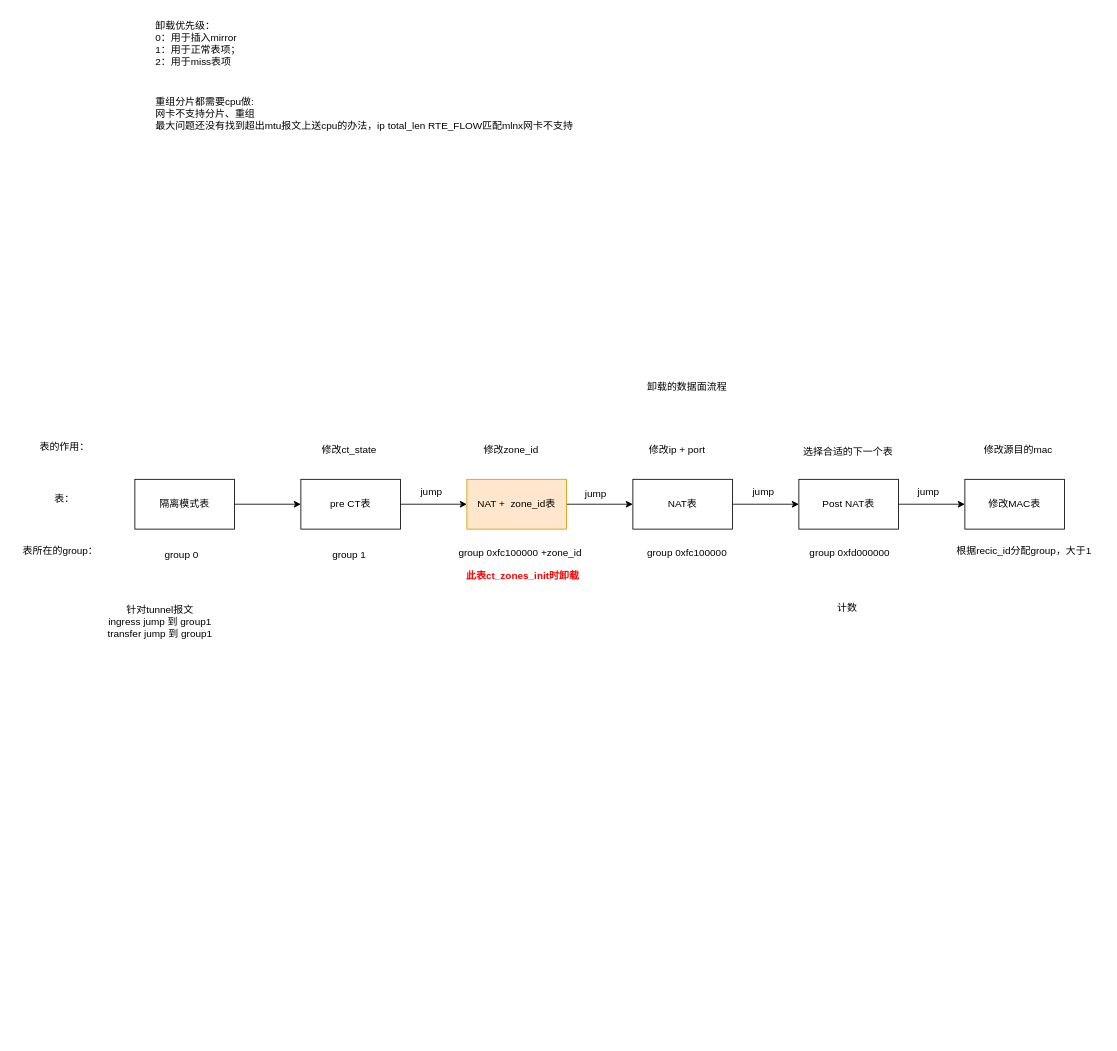
Before: page "OVS DPDK 卡上的数据面" (5 of 6) of dpdk.drawio in imoceanking/drawio, a draw.io diagram. Source tidied: cells renumbered, new cells numbered last; positions are measured from the earlier drawing's top-left corner, leaving out a move shared by most shapes. Both pictures are drawn from the tidied source at 83%, with x=0, y=0 at pixel (14, 14).
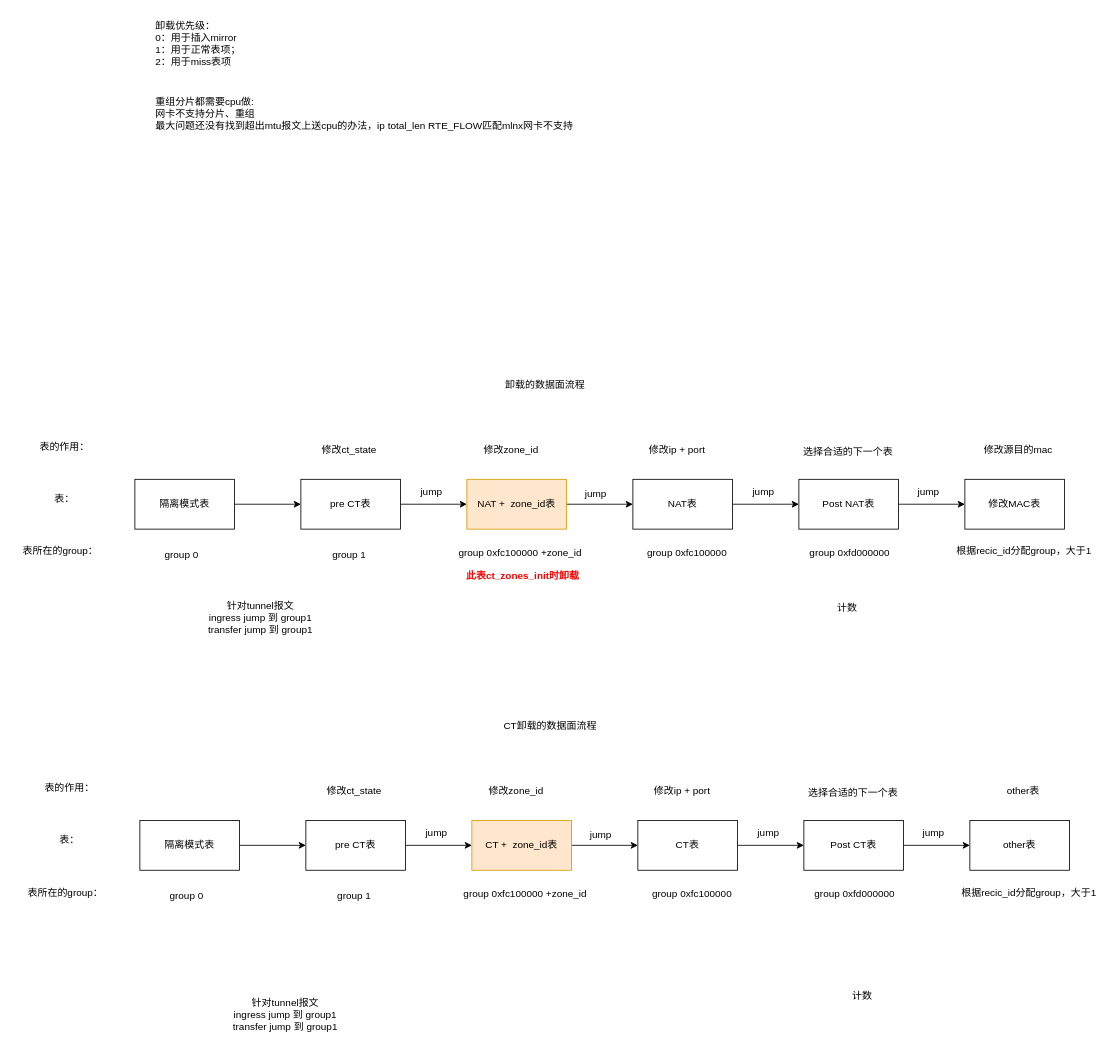
After the change.

What changed in the source:
```diff
@@
     <mxCell id="2" value="卸载的数据面流程" style="text;html=1;strokeColor=none;fillColor=none;align=center;verticalAlign=middle;whiteSpace=wrap;rounded=0;" parent="1" vertex="1">
-      <mxGeometry x="715.5" y="434" width="189" height="30" as="geometry" />
+      <mxGeometry x="545" y="431" width="189" height="30" as="geometry" />
     </mxCell>
@@
     <mxCell id="33" value="针对tunnel报文&lt;br&gt;ingress jump 到 group1&lt;br&gt;transfer jump 到 group1" style="text;html=1;align=center;verticalAlign=middle;strokeColor=none;fillColor=none;" parent="1" vertex="1">
-      <mxGeometry x="103" y="704" width="144" height="55" as="geometry" />
+      <mxGeometry x="224" y="699" width="144" height="55" as="geometry" />
     </mxCell>
@@
+    <mxCell id="37" value="CT卸载的数据面流程" style="text;html=1;strokeColor=none;fillColor=none;align=center;verticalAlign=middle;whiteSpace=wrap;rounded=0;" parent="1" vertex="1">
+      <mxGeometry x="551" y="842" width="189" height="30" as="geometry" />
+    </mxCell>
+    <mxCell id="38" style="edgeStyle=orthogonalEdgeStyle;rounded=0;jettySize=auto;html=1;" parent="1" edge="1" source="40" target="42">
+      <mxGeometry relative="1" as="geometry" />
+    </mxCell>
+    <mxCell id="39" style="edgeStyle=orthogonalEdgeStyle;rounded=0;jettySize=auto;html=1;entryX=0;entryY=0.5;entryDx=0;entryDy=0;exitX=1;exitY=0.5;exitDx=0;exitDy=0;" parent="1" edge="1" source="65" target="40">
+      <mxGeometry relative="1" as="geometry" />
+    </mxCell>
+    <mxCell id="40" value="pre CT表" style="rounded=0;whiteSpace=wrap;html=1;" parent="1" vertex="1">
+      <mxGeometry x="351" y="971" width="120" height="60" as="geometry" />
+    </mxCell>
+    <mxCell id="41" style="edgeStyle=orthogonalEdgeStyle;rounded=0;jettySize=auto;html=1;" parent="1" edge="1" source="42" target="45">
+      <mxGeometry relative="1" as="geometry" />
+    </mxCell>
+    <mxCell id="42" value="CT +&amp;nbsp; zone_id表" style="whiteSpace=wrap;html=1;rounded=0;fillColor=#ffe6cc;strokeColor=#d79b00;" parent="1" vertex="1">
+      <mxGeometry x="551" y="971" width="120" height="60" as="geometry" />
+    </mxCell>
+    <mxCell id="43" value="jump" style="text;html=1;align=center;verticalAlign=middle;strokeColor=none;fillColor=none;" parent="1" vertex="1">
+      <mxGeometry x="486" y="973" width="44" height="26" as="geometry" />
+    </mxCell>
+    <mxCell id="44" style="edgeStyle=orthogonalEdgeStyle;rounded=0;jettySize=auto;html=1;" parent="1" edge="1" source="45" target="48">
+      <mxGeometry relative="1" as="geometry" />
+    </mxCell>
+    <mxCell id="45" value="CT表" style="whiteSpace=wrap;html=1;rounded=0;" parent="1" vertex="1">
+      <mxGeometry x="751" y="971" width="120" height="60" as="geometry" />
+    </mxCell>
+    <mxCell id="46" value="jump" style="text;html=1;align=center;verticalAlign=middle;strokeColor=none;fillColor=none;" parent="1" vertex="1">
+      <mxGeometry x="684" y="976" width="44" height="26" as="geometry" />
+    </mxCell>
+    <mxCell id="47" style="edgeStyle=orthogonalEdgeStyle;rounded=0;jettySize=auto;html=1;" parent="1" edge="1" source="48" target="49">
+      <mxGeometry relative="1" as="geometry" />
+    </mxCell>
+    <mxCell id="48" value="Post CT表" style="whiteSpace=wrap;html=1;rounded=0;" parent="1" vertex="1">
+      <mxGeometry x="951" y="971" width="120" height="60" as="geometry" />
+    </mxCell>
+    <mxCell id="49" value="other表" style="whiteSpace=wrap;html=1;rounded=0;" parent="1" vertex="1">
+      <mxGeometry x="1151" y="971" width="120" height="60" as="geometry" />
+    </mxCell>
+    <mxCell id="50" value="jump" style="text;html=1;align=center;verticalAlign=middle;strokeColor=none;fillColor=none;" parent="1" vertex="1">
+      <mxGeometry x="886" y="973" width="44" height="26" as="geometry" />
+    </mxCell>
+    <mxCell id="51" value="jump" style="text;html=1;align=center;verticalAlign=middle;strokeColor=none;fillColor=none;" parent="1" vertex="1">
+      <mxGeometry x="1085" y="973" width="44" height="26" as="geometry" />
+    </mxCell>
+    <mxCell id="52" value="group 1" style="text;html=1;align=center;verticalAlign=middle;strokeColor=none;fillColor=none;" parent="1" vertex="1">
+      <mxGeometry x="379" y="1049" width="59" height="26" as="geometry" />
+    </mxCell>
+    <mxCell id="53" value="group 0xfc100000 +&lt;span style=&quot;&quot;&gt;zone_id&lt;/span&gt;&lt;span style=&quot;background-color: initial;&quot;&gt;&lt;br&gt;&lt;/span&gt;" style="text;html=1;align=center;verticalAlign=middle;strokeColor=none;fillColor=none;" parent="1" vertex="1">
+      <mxGeometry x="532" y="1047" width="166" height="26" as="geometry" />
+    </mxCell>
+    <mxCell id="54" value="group 0xfc100000&lt;span style=&quot;background-color: initial;&quot;&gt;&lt;br&gt;&lt;/span&gt;" style="text;html=1;align=center;verticalAlign=middle;strokeColor=none;fillColor=none;" parent="1" vertex="1">
+      <mxGeometry x="759" y="1047" width="114" height="26" as="geometry" />
+    </mxCell>
+    <mxCell id="55" value="group&amp;nbsp;0xfd000000" style="text;html=1;align=center;verticalAlign=middle;strokeColor=none;fillColor=none;" parent="1" vertex="1">
+      <mxGeometry x="954" y="1047" width="115" height="26" as="geometry" />
+    </mxCell>
+    <mxCell id="56" value="根据recic_id分配group，大于1" style="text;html=1;align=center;verticalAlign=middle;strokeColor=none;fillColor=none;" parent="1" vertex="1">
+      <mxGeometry x="1131" y="1045" width="181" height="26" as="geometry" />
+    </mxCell>
+    <mxCell id="57" value="修改ct_state" style="text;html=1;align=center;verticalAlign=middle;strokeColor=none;fillColor=none;" parent="1" vertex="1">
+      <mxGeometry x="366.5" y="923" width="84" height="26" as="geometry" />
+    </mxCell>
+    <mxCell id="58" value="修改zone_id" style="text;html=1;align=center;verticalAlign=middle;strokeColor=none;fillColor=none;" parent="1" vertex="1">
+      <mxGeometry x="562" y="923" width="84" height="26" as="geometry" />
+    </mxCell>
+    <mxCell id="59" value="修改ip + port" style="text;html=1;align=center;verticalAlign=middle;strokeColor=none;fillColor=none;" parent="1" vertex="1">
+      <mxGeometry x="761" y="923" width="86" height="26" as="geometry" />
+    </mxCell>
+    <mxCell id="60" value="选择合适的下一个表" style="text;html=1;align=center;verticalAlign=middle;strokeColor=none;fillColor=none;" parent="1" vertex="1">
+      <mxGeometry x="947" y="925" width="126" height="26" as="geometry" />
+    </mxCell>
+    <mxCell id="61" value="other表" style="text;html=1;align=center;verticalAlign=middle;strokeColor=none;fillColor=none;" parent="1" vertex="1">
+      <mxGeometry x="1186" y="923" width="57" height="26" as="geometry" />
+    </mxCell>
+    <mxCell id="62" value="表的作用：" style="text;html=1;align=center;verticalAlign=middle;strokeColor=none;fillColor=none;" parent="1" vertex="1">
+      <mxGeometry x="27" y="919" width="78" height="26" as="geometry" />
+    </mxCell>
+    <mxCell id="63" value="表：" style="text;html=1;align=center;verticalAlign=middle;strokeColor=none;fillColor=none;" parent="1" vertex="1">
+      <mxGeometry x="45" y="982" width="42" height="26" as="geometry" />
+    </mxCell>
+    <mxCell id="64" value="表所在的group：" style="text;html=1;align=center;verticalAlign=middle;strokeColor=none;fillColor=none;" parent="1" vertex="1">
+      <mxGeometry x="6" y="1045" width="109" height="26" as="geometry" />
+    </mxCell>
+    <mxCell id="65" value="隔离模式表" style="whiteSpace=wrap;html=1;rounded=0;" parent="1" vertex="1">
+      <mxGeometry x="151" y="971" width="120" height="60" as="geometry" />
+    </mxCell>
+    <mxCell id="66" value="group 0" style="text;html=1;align=center;verticalAlign=middle;strokeColor=none;fillColor=none;" parent="1" vertex="1">
+      <mxGeometry x="177" y="1049" width="59" height="26" as="geometry" />
+    </mxCell>
+    <mxCell id="67" value="针对tunnel报文&lt;br&gt;ingress jump 到 group1&lt;br&gt;transfer jump 到 group1" style="text;html=1;align=center;verticalAlign=middle;strokeColor=none;fillColor=none;" parent="1" vertex="1">
+      <mxGeometry x="254" y="1177" width="144" height="55" as="geometry" />
+    </mxCell>
+    <mxCell id="68" value="计数" style="text;html=1;align=center;verticalAlign=middle;strokeColor=none;fillColor=none;" parent="1" vertex="1">
+      <mxGeometry x="1000" y="1170" width="42" height="26" as="geometry" />
+    </mxCell>
```
